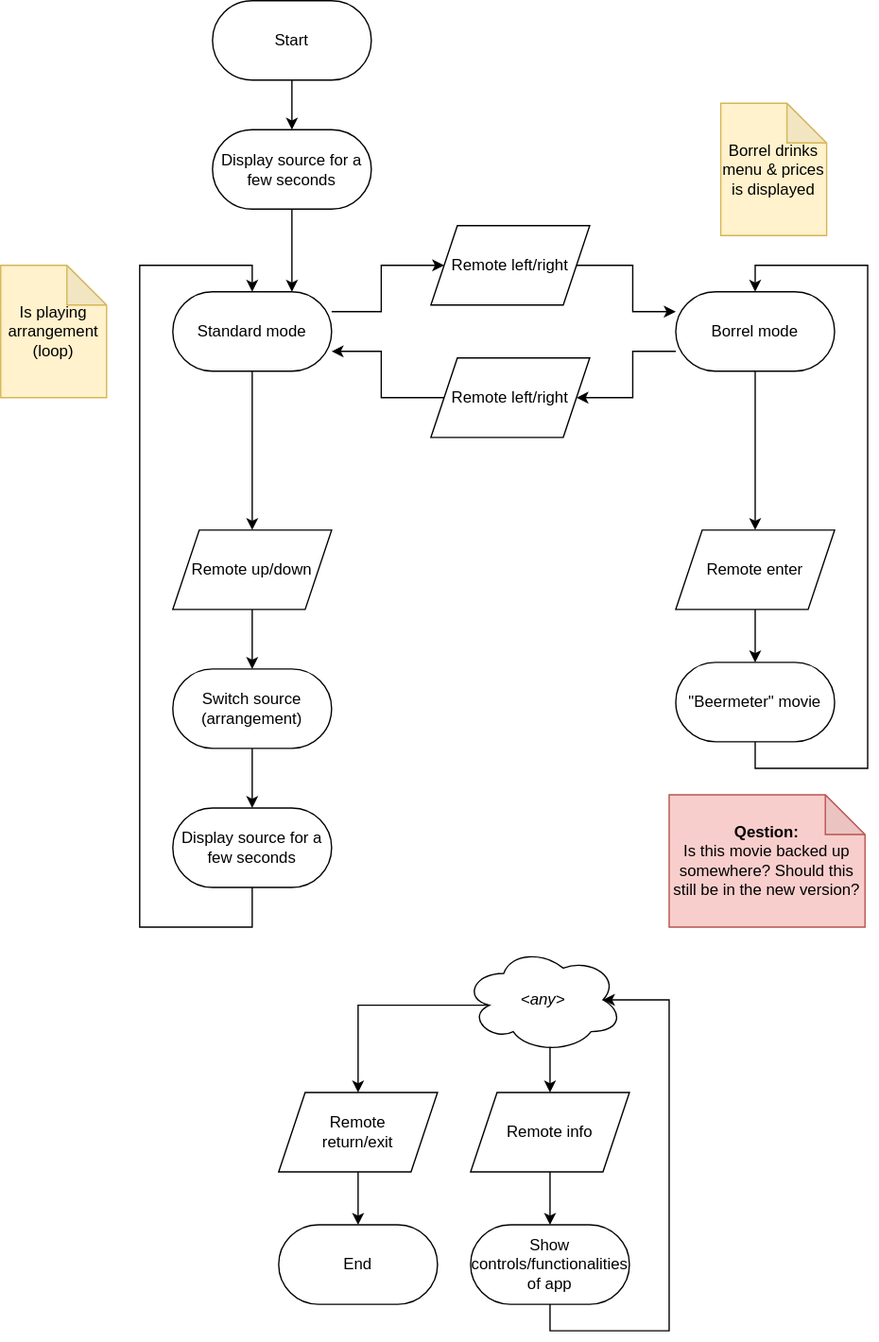
StudieverenigingSTORM/StoKa-TV keeps this draw.io diagram as docs/flow_tv.drawio.svg. Above is the earlier version. Source tidied: cells renumbered, new cells last; positions are measured from the earlier drawing's top-left corner, leaving out a move shared by most shapes.
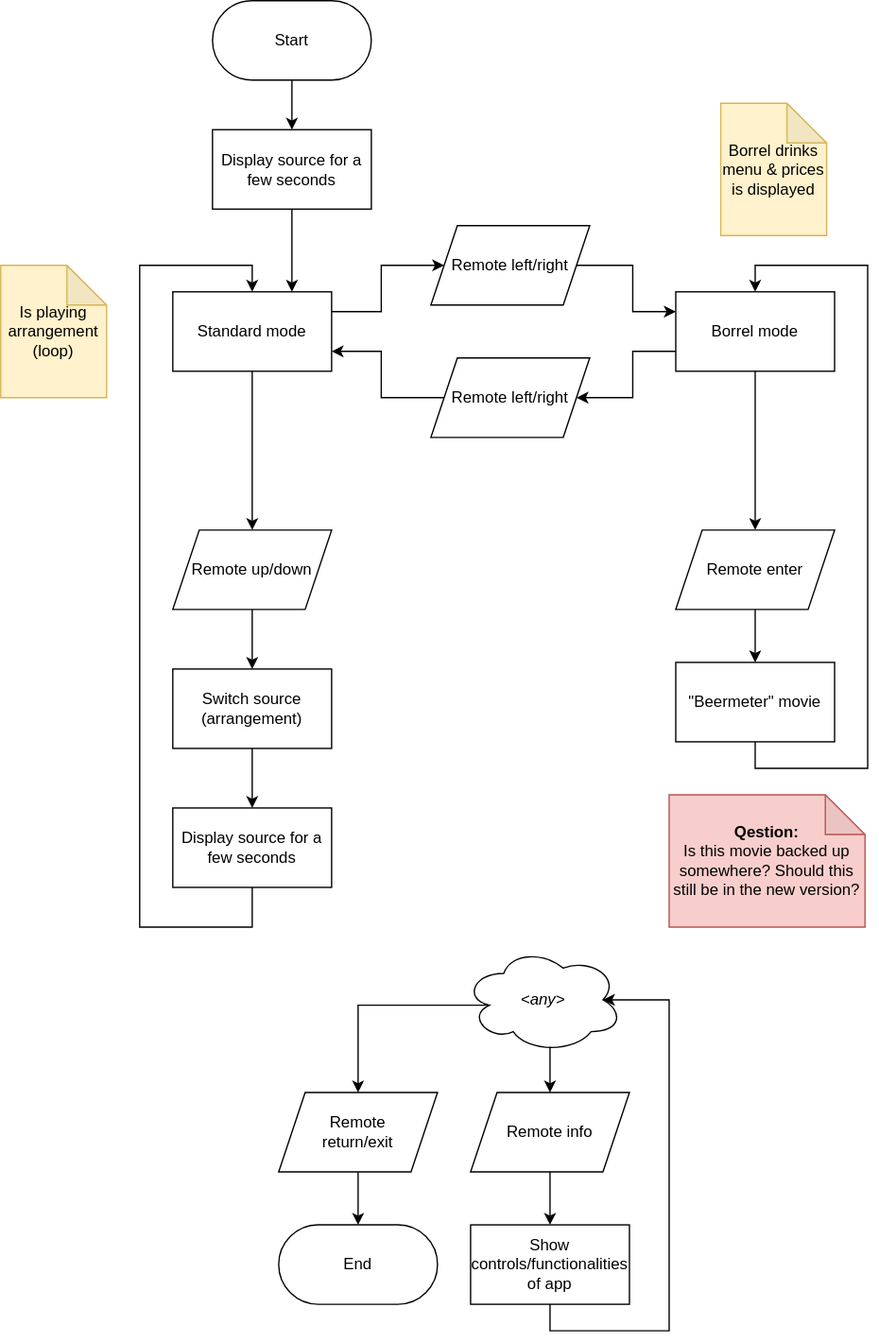
After the change.

What changed in the source:
```diff
@@ -14,7 +14,7 @@
     <mxCell id="5" style="edgeStyle=orthogonalEdgeStyle;rounded=0;jettySize=auto;html=1;exitX=0.5;exitY=1;exitDx=0;exitDy=0;entryX=0.5;entryY=0;entryDx=0;entryDy=0;startArrow=none;labelBackgroundColor=none;fontColor=#000000;fontSize=12;strokeColor=#000000;arcSize=50;" parent="1" edge="1" source="6" target="22">
       <mxGeometry relative="1" as="geometry" />
     </mxCell>
-    <mxCell id="6" value="Standard mode" style="rounded=1;whiteSpace=wrap;html=1;fontFamily=Helvetica;fontSize=12;align=center;arcSize=50;fillColor=none;labelBackgroundColor=none;fontColor=#000000;strokeColor=#000000;" parent="1" vertex="1">
+    <mxCell id="6" value="Standard mode" style="rounded=1;whiteSpace=wrap;html=1;fontFamily=Helvetica;fontSize=12;align=center;arcSize=0;fillColor=none;labelBackgroundColor=none;fontColor=#000000;strokeColor=#000000;" parent="1" vertex="1">
       <mxGeometry x="130" y="220" width="120" height="60" as="geometry" />
     </mxCell>
     <mxCell id="7" value="Borrel drinks menu &amp;amp; prices is displayed" style="shape=note;whiteSpace=wrap;html=1;backgroundOutline=1;darkOpacity=0.05;fillColor=#fff2cc;strokeColor=#d6b656;labelBackgroundColor=none;fontColor=#000000;" parent="1" vertex="1">
@@ -29,7 +29,7 @@
     <mxCell id="10" style="edgeStyle=orthogonalEdgeStyle;rounded=0;jettySize=auto;html=1;exitX=0.5;exitY=1;exitDx=0;exitDy=0;entryX=0.5;entryY=0;entryDx=0;entryDy=0;startArrow=none;labelBackgroundColor=none;fontColor=#000000;fontSize=12;strokeColor=#000000;arcSize=50;" parent="1" edge="1" source="11" target="17">
       <mxGeometry relative="1" as="geometry" />
     </mxCell>
-    <mxCell id="11" value="Borrel mode" style="rounded=1;whiteSpace=wrap;html=1;fontFamily=Helvetica;fontSize=12;align=center;arcSize=50;fillColor=none;labelBackgroundColor=none;fontColor=#000000;strokeColor=#000000;" parent="1" vertex="1">
+    <mxCell id="11" value="Borrel mode" style="rounded=1;whiteSpace=wrap;html=1;fontFamily=Helvetica;fontSize=12;align=center;arcSize=0;fillColor=none;labelBackgroundColor=none;fontColor=#000000;strokeColor=#000000;" parent="1" vertex="1">
       <mxGeometry x="510" y="220" width="120" height="60" as="geometry" />
     </mxCell>
     <mxCell id="12" style="edgeStyle=orthogonalEdgeStyle;rounded=0;jettySize=auto;html=1;exitX=1;exitY=0.5;exitDx=0;exitDy=0;entryX=0;entryY=0.25;entryDx=0;entryDy=0;startArrow=none;labelBackgroundColor=none;fontColor=#000000;fontSize=12;strokeColor=#000000;arcSize=50;" parent="1" edge="1" source="13" target="11">
@@ -60,7 +60,7 @@
         </Array>
       </mxGeometry>
     </mxCell>
-    <mxCell id="19" value="&quot;Beermeter&quot; movie" style="rounded=1;whiteSpace=wrap;html=1;fontFamily=Helvetica;fontSize=12;align=center;arcSize=50;fillColor=none;labelBackgroundColor=none;fontColor=#000000;strokeColor=#000000;" parent="1" vertex="1">
+    <mxCell id="19" value="&quot;Beermeter&quot; movie" style="rounded=1;whiteSpace=wrap;html=1;fontFamily=Helvetica;fontSize=12;align=center;arcSize=0;fillColor=none;labelBackgroundColor=none;fontColor=#000000;strokeColor=#000000;" parent="1" vertex="1">
       <mxGeometry x="510" y="500" width="120" height="60" as="geometry" />
     </mxCell>
     <mxCell id="20" value="&lt;b&gt;Qestion:&lt;br&gt;&lt;/b&gt;Is this movie backed up somewhere? Should this still be in the new version?" style="shape=note;whiteSpace=wrap;html=1;backgroundOutline=1;darkOpacity=0.05;fillColor=#f8cecc;strokeColor=#b85450;labelBackgroundColor=none;fontColor=#000000;" parent="1" vertex="1">
@@ -85,16 +85,16 @@
     <mxCell id="24" style="edgeStyle=orthogonalEdgeStyle;rounded=0;jettySize=auto;html=1;exitX=0.5;exitY=1;exitDx=0;exitDy=0;entryX=0.5;entryY=0;entryDx=0;entryDy=0;startArrow=none;labelBackgroundColor=none;fontColor=#000000;fontSize=12;strokeColor=#000000;arcSize=50;" parent="1" edge="1" source="25" target="26">
       <mxGeometry relative="1" as="geometry" />
     </mxCell>
-    <mxCell id="25" value="Switch source (arrangement)" style="rounded=1;whiteSpace=wrap;html=1;fontFamily=Helvetica;fontSize=12;align=center;arcSize=50;fillColor=none;labelBackgroundColor=none;fontColor=#000000;strokeColor=#000000;" parent="1" vertex="1">
+    <mxCell id="25" value="Switch source (arrangement)" style="rounded=1;whiteSpace=wrap;html=1;fontFamily=Helvetica;fontSize=12;align=center;arcSize=0;fillColor=none;labelBackgroundColor=none;fontColor=#000000;strokeColor=#000000;" parent="1" vertex="1">
       <mxGeometry x="130" y="505" width="120" height="60" as="geometry" />
     </mxCell>
-    <mxCell id="26" value="Display source for a few seconds" style="rounded=1;whiteSpace=wrap;html=1;fontFamily=Helvetica;fontSize=12;align=center;arcSize=50;fillColor=none;labelBackgroundColor=none;fontColor=#000000;strokeColor=#000000;" parent="1" vertex="1">
+    <mxCell id="26" value="Display source for a few seconds" style="rounded=1;whiteSpace=wrap;html=1;fontFamily=Helvetica;fontSize=12;align=center;arcSize=0;fillColor=none;labelBackgroundColor=none;fontColor=#000000;strokeColor=#000000;" parent="1" vertex="1">
       <mxGeometry x="130" y="610" width="120" height="60" as="geometry" />
     </mxCell>
     <mxCell id="27" style="edgeStyle=orthogonalEdgeStyle;rounded=0;jettySize=auto;html=1;exitX=0.5;exitY=1;exitDx=0;exitDy=0;entryX=0.75;entryY=0;entryDx=0;entryDy=0;startArrow=none;labelBackgroundColor=none;fontColor=#000000;fontSize=12;strokeColor=#000000;arcSize=50;" parent="1" edge="1" source="28" target="6">
       <mxGeometry relative="1" as="geometry" />
     </mxCell>
-    <mxCell id="28" value="Display source for a few seconds" style="rounded=1;whiteSpace=wrap;html=1;fontFamily=Helvetica;fontSize=12;align=center;arcSize=50;fillColor=none;labelBackgroundColor=none;fontColor=#000000;strokeColor=#000000;" parent="1" vertex="1">
+    <mxCell id="28" value="Display source for a few seconds" style="rounded=1;whiteSpace=wrap;html=1;fontFamily=Helvetica;fontSize=12;align=center;arcSize=0;fillColor=none;labelBackgroundColor=none;fontColor=#000000;strokeColor=#000000;" parent="1" vertex="1">
       <mxGeometry x="160" y="97.5" width="120" height="60" as="geometry" />
     </mxCell>
     <mxCell id="29" style="edgeStyle=orthogonalEdgeStyle;rounded=0;jettySize=auto;html=1;exitX=0.5;exitY=1;exitDx=0;exitDy=0;entryX=0.5;entryY=0;entryDx=0;entryDy=0;startArrow=none;labelBackgroundColor=none;fontColor=#000000;fontSize=12;strokeColor=#000000;arcSize=50;" parent="1" edge="1" source="30" target="32">
@@ -112,7 +112,7 @@
         </Array>
       </mxGeometry>
     </mxCell>
-    <mxCell id="32" value="Show controls/functionalities of app" style="rounded=1;whiteSpace=wrap;html=1;fontFamily=Helvetica;fontSize=12;align=center;arcSize=50;fillColor=none;labelBackgroundColor=none;fontColor=#000000;strokeColor=#000000;" parent="1" vertex="1">
+    <mxCell id="32" value="Show controls/functionalities of app" style="rounded=1;whiteSpace=wrap;html=1;fontFamily=Helvetica;fontSize=12;align=center;arcSize=0;fillColor=none;labelBackgroundColor=none;fontColor=#000000;strokeColor=#000000;" parent="1" vertex="1">
       <mxGeometry x="355" y="925" width="120" height="60" as="geometry" />
     </mxCell>
     <mxCell id="33" style="edgeStyle=orthogonalEdgeStyle;rounded=0;jettySize=auto;html=1;exitX=0.55;exitY=0.95;exitDx=0;exitDy=0;exitPerimeter=0;entryX=0.5;entryY=0;entryDx=0;entryDy=0;startArrow=none;labelBackgroundColor=none;fontColor=#000000;fontSize=12;strokeColor=#000000;arcSize=50;" parent="1" edge="1" source="35" target="30">
```
